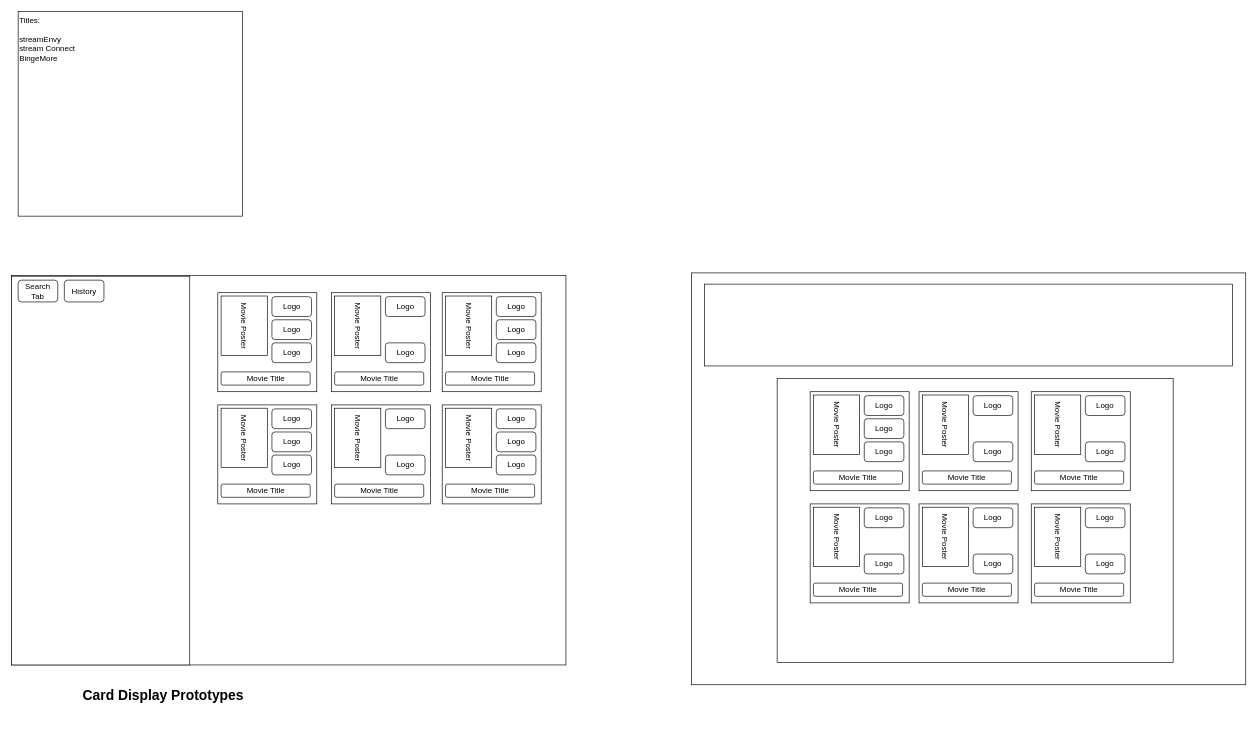
This is page "Page-1" (1 of 2) of Stream Connect.drawio from gatorhatur/stream-connect, a draw.io file, before an edit. Source tidied: cells renumbered, new cells numbered last; positions are measured from the earlier drawing's top-left corner, leaving out a move shared by most shapes. Both pictures are drawn from the tidied source at 66%, with x=0, y=0 at pixel (11, 11).
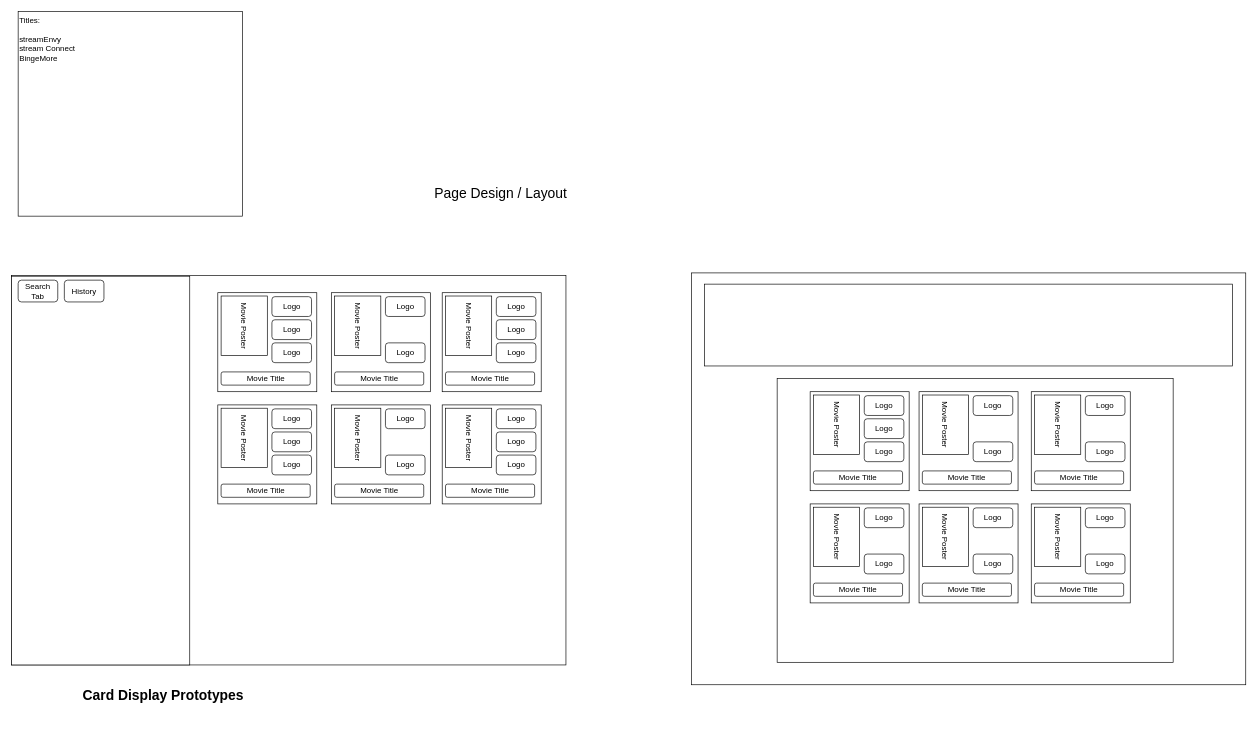
Above is the later version.

Diff of the diagram source:
```diff
@@
+    <mxCell id="76" value="Page Design / Layout" style="text;html=1;strokeColor=none;fillColor=none;align=center;verticalAlign=middle;whiteSpace=wrap;rounded=0;fontSize=21;" parent="1" vertex="1">
+      <mxGeometry x="463" y="260" width="557" height="30" as="geometry" />
+    </mxCell>
```
